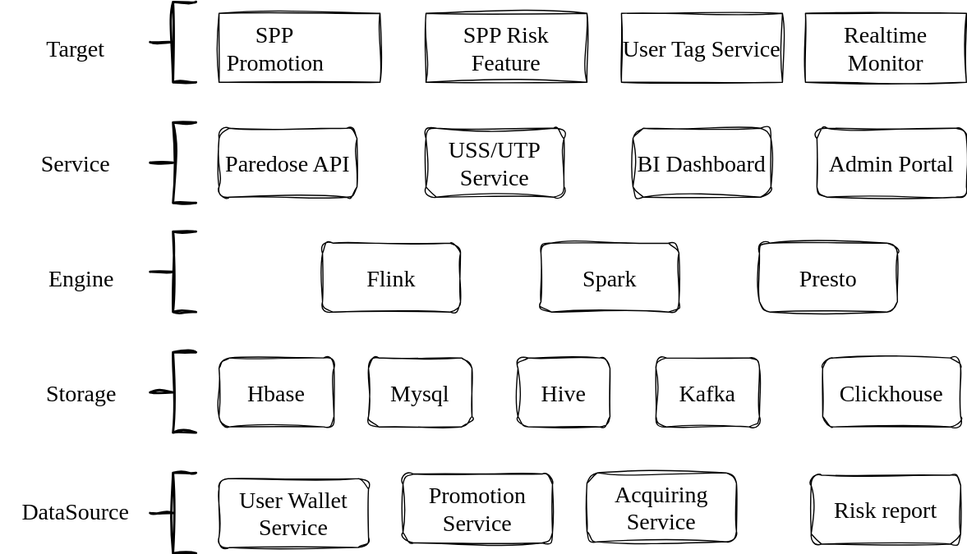
LadyTao/flink-learning keeps this draw.io diagram as 答辩准备1.drawio.svg. Above is the earlier version. Source tidied: cells renumbered, new cells last; positions are measured from the earlier drawing's top-left corner, leaving out a move shared by most shapes. The source it was exported from:
```xml
<mxGraphModel>
  <root>
    <mxCell id="0" />
    <mxCell id="1" parent="0" />
    <mxCell id="2" style="group;" parent="1" vertex="1">
      <mxGeometry x="190" y="10" width="650" height="60" as="geometry" />
    </mxCell>
    <mxCell id="3" value="&lt;div style=&quot;&quot;&gt;&lt;span style=&quot;background-color: initial;&quot;&gt;&amp;nbsp; &amp;nbsp; &amp;nbsp; SPP&amp;nbsp; &amp;nbsp; &amp;nbsp; &amp;nbsp; &amp;nbsp;Promotion&lt;/span&gt;&lt;/div&gt;" style="rounded=0;whiteSpace=wrap;html=1;sketch=1;hachureGap=4;jiggle=2;curveFitting=1;fontFamily=Architects Daughter;fontSource=https%3A%2F%2Ffonts.googleapis.com%2Fcss%3Ffamily%3DArchitects%2BDaughter;fontSize=20;align=left;labelBackgroundColor=none;" parent="2" vertex="1">
      <mxGeometry width="140" height="60" as="geometry" />
    </mxCell>
    <mxCell id="4" value="SPP Risk Feature" style="rounded=0;whiteSpace=wrap;html=1;sketch=1;hachureGap=4;jiggle=2;curveFitting=1;fontFamily=Architects Daughter;fontSource=https%3A%2F%2Ffonts.googleapis.com%2Fcss%3Ffamily%3DArchitects%2BDaughter;fontSize=20;labelBackgroundColor=none;" parent="2" vertex="1">
      <mxGeometry x="180" width="140" height="60" as="geometry" />
    </mxCell>
    <mxCell id="5" value="User Tag Service" style="rounded=0;whiteSpace=wrap;html=1;sketch=1;hachureGap=4;jiggle=2;curveFitting=1;fontFamily=Architects Daughter;fontSource=https%3A%2F%2Ffonts.googleapis.com%2Fcss%3Ffamily%3DArchitects%2BDaughter;fontSize=20;labelBackgroundColor=none;" parent="2" vertex="1">
      <mxGeometry x="350" width="140" height="60" as="geometry" />
    </mxCell>
    <mxCell id="6" value="Realtime Monitor" style="rounded=0;whiteSpace=wrap;html=1;sketch=1;hachureGap=4;jiggle=2;curveFitting=1;fontFamily=Architects Daughter;fontSource=https%3A%2F%2Ffonts.googleapis.com%2Fcss%3Ffamily%3DArchitects%2BDaughter;fontSize=20;labelBackgroundColor=none;" parent="2" vertex="1">
      <mxGeometry x="510" width="140" height="60" as="geometry" />
    </mxCell>
    <mxCell id="7" style="group;" parent="1" vertex="1">
      <mxGeometry x="190" y="110" width="650" height="60" as="geometry" />
    </mxCell>
    <mxCell id="8" value="Paredose API" style="rounded=1;whiteSpace=wrap;html=1;sketch=1;hachureGap=4;jiggle=2;curveFitting=1;fontFamily=Architects Daughter;fontSource=https%3A%2F%2Ffonts.googleapis.com%2Fcss%3Ffamily%3DArchitects%2BDaughter;fontSize=20;" parent="7" vertex="1">
      <mxGeometry width="120" height="60" as="geometry" />
    </mxCell>
    <mxCell id="9" value="USS/UTP Service" style="rounded=1;whiteSpace=wrap;html=1;sketch=1;hachureGap=4;jiggle=2;curveFitting=1;fontFamily=Architects Daughter;fontSource=https%3A%2F%2Ffonts.googleapis.com%2Fcss%3Ffamily%3DArchitects%2BDaughter;fontSize=20;" parent="7" vertex="1">
      <mxGeometry x="180" width="120" height="60" as="geometry" />
    </mxCell>
    <mxCell id="10" value="BI Dashboard" style="rounded=1;whiteSpace=wrap;html=1;sketch=1;hachureGap=4;jiggle=2;curveFitting=1;fontFamily=Architects Daughter;fontSource=https%3A%2F%2Ffonts.googleapis.com%2Fcss%3Ffamily%3DArchitects%2BDaughter;fontSize=20;" parent="7" vertex="1">
      <mxGeometry x="360" width="120" height="60" as="geometry" />
    </mxCell>
    <mxCell id="11" value="Admin Portal" style="rounded=1;whiteSpace=wrap;html=1;sketch=1;hachureGap=4;jiggle=2;curveFitting=1;fontFamily=Architects Daughter;fontSource=https%3A%2F%2Ffonts.googleapis.com%2Fcss%3Ffamily%3DArchitects%2BDaughter;fontSize=20;" parent="7" vertex="1">
      <mxGeometry x="520" width="130" height="60" as="geometry" />
    </mxCell>
    <mxCell id="12" style="group;" parent="1" vertex="1">
      <mxGeometry x="280" y="210" width="500" height="60" as="geometry" />
    </mxCell>
    <mxCell id="13" value="Flink" style="rounded=1;whiteSpace=wrap;html=1;sketch=1;hachureGap=4;jiggle=2;curveFitting=1;fontFamily=Architects Daughter;fontSource=https%3A%2F%2Ffonts.googleapis.com%2Fcss%3Ffamily%3DArchitects%2BDaughter;fontSize=20;" parent="12" vertex="1">
      <mxGeometry width="120" height="60" as="geometry" />
    </mxCell>
    <mxCell id="14" value="Spark" style="rounded=1;whiteSpace=wrap;html=1;sketch=1;hachureGap=4;jiggle=2;curveFitting=1;fontFamily=Architects Daughter;fontSource=https%3A%2F%2Ffonts.googleapis.com%2Fcss%3Ffamily%3DArchitects%2BDaughter;fontSize=20;" parent="12" vertex="1">
      <mxGeometry x="190" width="120" height="60" as="geometry" />
    </mxCell>
    <mxCell id="15" value="Presto" style="rounded=1;whiteSpace=wrap;html=1;sketch=1;hachureGap=4;jiggle=2;curveFitting=1;fontFamily=Architects Daughter;fontSource=https%3A%2F%2Ffonts.googleapis.com%2Fcss%3Ffamily%3DArchitects%2BDaughter;fontSize=20;" parent="12" vertex="1">
      <mxGeometry x="380" width="120" height="60" as="geometry" />
    </mxCell>
    <mxCell id="16" style="group;" parent="1" vertex="1">
      <mxGeometry x="190" y="310" width="645" height="60" as="geometry" />
    </mxCell>
    <mxCell id="17" value="Hbase" style="rounded=1;whiteSpace=wrap;html=1;sketch=1;hachureGap=4;jiggle=2;curveFitting=1;fontFamily=Architects Daughter;fontSource=https%3A%2F%2Ffonts.googleapis.com%2Fcss%3Ffamily%3DArchitects%2BDaughter;fontSize=20;" parent="16" vertex="1">
      <mxGeometry width="100" height="60" as="geometry" />
    </mxCell>
    <mxCell id="18" value="Mysql" style="rounded=1;whiteSpace=wrap;html=1;sketch=1;hachureGap=4;jiggle=2;curveFitting=1;fontFamily=Architects Daughter;fontSource=https%3A%2F%2Ffonts.googleapis.com%2Fcss%3Ffamily%3DArchitects%2BDaughter;fontSize=20;" parent="16" vertex="1">
      <mxGeometry x="130" width="90" height="60" as="geometry" />
    </mxCell>
    <mxCell id="19" value="Hive" style="rounded=1;whiteSpace=wrap;html=1;sketch=1;hachureGap=4;jiggle=2;curveFitting=1;fontFamily=Architects Daughter;fontSource=https%3A%2F%2Ffonts.googleapis.com%2Fcss%3Ffamily%3DArchitects%2BDaughter;fontSize=20;" parent="16" vertex="1">
      <mxGeometry x="260" width="80" height="60" as="geometry" />
    </mxCell>
    <mxCell id="20" value="Clickhouse" style="rounded=1;whiteSpace=wrap;html=1;sketch=1;hachureGap=4;jiggle=2;curveFitting=1;fontFamily=Architects Daughter;fontSource=https%3A%2F%2Ffonts.googleapis.com%2Fcss%3Ffamily%3DArchitects%2BDaughter;fontSize=20;" parent="16" vertex="1">
      <mxGeometry x="525" width="120" height="60" as="geometry" />
    </mxCell>
    <mxCell id="21" value="Kafka" style="rounded=1;whiteSpace=wrap;html=1;sketch=1;hachureGap=4;jiggle=2;curveFitting=1;fontFamily=Architects Daughter;fontSource=https%3A%2F%2Ffonts.googleapis.com%2Fcss%3Ffamily%3DArchitects%2BDaughter;fontSize=20;" parent="16" vertex="1">
      <mxGeometry x="380" width="90" height="60" as="geometry" />
    </mxCell>
    <mxCell id="22" style="group;" parent="1" vertex="1">
      <mxGeometry x="190" y="410" width="645" height="65" as="geometry" />
    </mxCell>
    <mxCell id="23" value="User Wallet Service" style="rounded=1;whiteSpace=wrap;html=1;sketch=1;hachureGap=4;jiggle=2;curveFitting=1;fontFamily=Architects Daughter;fontSource=https%3A%2F%2Ffonts.googleapis.com%2Fcss%3Ffamily%3DArchitects%2BDaughter;fontSize=20;" parent="22" vertex="1">
      <mxGeometry y="5" width="130" height="60" as="geometry" />
    </mxCell>
    <mxCell id="24" value="Promotion Service" style="rounded=1;whiteSpace=wrap;html=1;sketch=1;hachureGap=4;jiggle=2;curveFitting=1;fontFamily=Architects Daughter;fontSource=https%3A%2F%2Ffonts.googleapis.com%2Fcss%3Ffamily%3DArchitects%2BDaughter;fontSize=20;" parent="22" vertex="1">
      <mxGeometry x="160" y="1" width="130" height="60" as="geometry" />
    </mxCell>
    <mxCell id="25" value="Acquiring Service" style="rounded=1;whiteSpace=wrap;html=1;sketch=1;hachureGap=4;jiggle=2;curveFitting=1;fontFamily=Architects Daughter;fontSource=https%3A%2F%2Ffonts.googleapis.com%2Fcss%3Ffamily%3DArchitects%2BDaughter;fontSize=20;" parent="22" vertex="1">
      <mxGeometry x="320" width="130" height="60" as="geometry" />
    </mxCell>
    <mxCell id="26" value="Risk report" style="rounded=1;whiteSpace=wrap;html=1;sketch=1;hachureGap=4;jiggle=2;curveFitting=1;fontFamily=Architects Daughter;fontSource=https%3A%2F%2Ffonts.googleapis.com%2Fcss%3Ffamily%3DArchitects%2BDaughter;fontSize=20;" parent="22" vertex="1">
      <mxGeometry x="515" y="2" width="130" height="60" as="geometry" />
    </mxCell>
    <mxCell id="27" style="strokeWidth=2;html=1;shape=mxgraph.flowchart.annotation_2;align=left;labelPosition=right;sketch=1;hachureGap=4;jiggle=2;curveFitting=1;fontFamily=Architects Daughter;fontSource=https%3A%2F%2Ffonts.googleapis.com%2Fcss%3Ffamily%3DArchitects%2BDaughter;fontSize=20;" parent="1" vertex="1">
      <mxGeometry x="130" width="40" height="70" as="geometry" />
    </mxCell>
    <mxCell id="28" style="strokeWidth=2;html=1;shape=mxgraph.flowchart.annotation_2;align=left;labelPosition=right;sketch=1;hachureGap=4;jiggle=2;curveFitting=1;fontFamily=Architects Daughter;fontSource=https%3A%2F%2Ffonts.googleapis.com%2Fcss%3Ffamily%3DArchitects%2BDaughter;fontSize=20;" parent="1" vertex="1">
      <mxGeometry x="130" y="105" width="40" height="70" as="geometry" />
    </mxCell>
    <mxCell id="29" style="strokeWidth=2;html=1;shape=mxgraph.flowchart.annotation_2;align=left;labelPosition=right;sketch=1;hachureGap=4;jiggle=2;curveFitting=1;fontFamily=Architects Daughter;fontSource=https%3A%2F%2Ffonts.googleapis.com%2Fcss%3Ffamily%3DArchitects%2BDaughter;fontSize=20;" parent="1" vertex="1">
      <mxGeometry x="130" y="200" width="40" height="70" as="geometry" />
    </mxCell>
    <mxCell id="30" style="strokeWidth=2;html=1;shape=mxgraph.flowchart.annotation_2;align=left;labelPosition=right;sketch=1;hachureGap=4;jiggle=2;curveFitting=1;fontFamily=Architects Daughter;fontSource=https%3A%2F%2Ffonts.googleapis.com%2Fcss%3Ffamily%3DArchitects%2BDaughter;fontSize=20;" parent="1" vertex="1">
      <mxGeometry x="130" y="305" width="40" height="70" as="geometry" />
    </mxCell>
    <mxCell id="31" style="strokeWidth=2;html=1;shape=mxgraph.flowchart.annotation_2;align=left;labelPosition=right;sketch=1;hachureGap=4;jiggle=2;curveFitting=1;fontFamily=Architects Daughter;fontSource=https%3A%2F%2Ffonts.googleapis.com%2Fcss%3Ffamily%3DArchitects%2BDaughter;fontSize=20;" parent="1" vertex="1">
      <mxGeometry x="130" y="410" width="40" height="70" as="geometry" />
    </mxCell>
    <mxCell id="32" value="Storage" style="text;html=1;align=center;verticalAlign=middle;strokeColor=none;fillColor=none;fontSize=20;fontFamily=Architects Daughter;" parent="1" vertex="1">
      <mxGeometry x="20" y="320" width="100" height="40" as="geometry" />
    </mxCell>
    <mxCell id="33" value="DataSource" style="text;html=1;align=center;verticalAlign=middle;strokeColor=none;fillColor=none;fontSize=20;fontFamily=Architects Daughter;" parent="1" vertex="1">
      <mxGeometry y="422.5" width="130" height="40" as="geometry" />
    </mxCell>
    <mxCell id="34" value="Engine" style="text;html=1;align=center;verticalAlign=middle;strokeColor=none;fillColor=none;fontSize=20;fontFamily=Architects Daughter;" parent="1" vertex="1">
      <mxGeometry x="30" y="220" width="80" height="40" as="geometry" />
    </mxCell>
    <mxCell id="35" value="Service" style="text;html=1;align=center;verticalAlign=middle;strokeColor=none;fillColor=none;fontSize=20;fontFamily=Architects Daughter;" parent="1" vertex="1">
      <mxGeometry x="15" y="120" width="100" height="40" as="geometry" />
    </mxCell>
    <mxCell id="36" value="Target" style="text;html=1;align=center;verticalAlign=middle;strokeColor=none;fillColor=none;fontSize=20;fontFamily=Architects Daughter;" parent="1" vertex="1">
      <mxGeometry x="20" y="20" width="90" height="40" as="geometry" />
    </mxCell>
  </root>
</mxGraphModel>
```
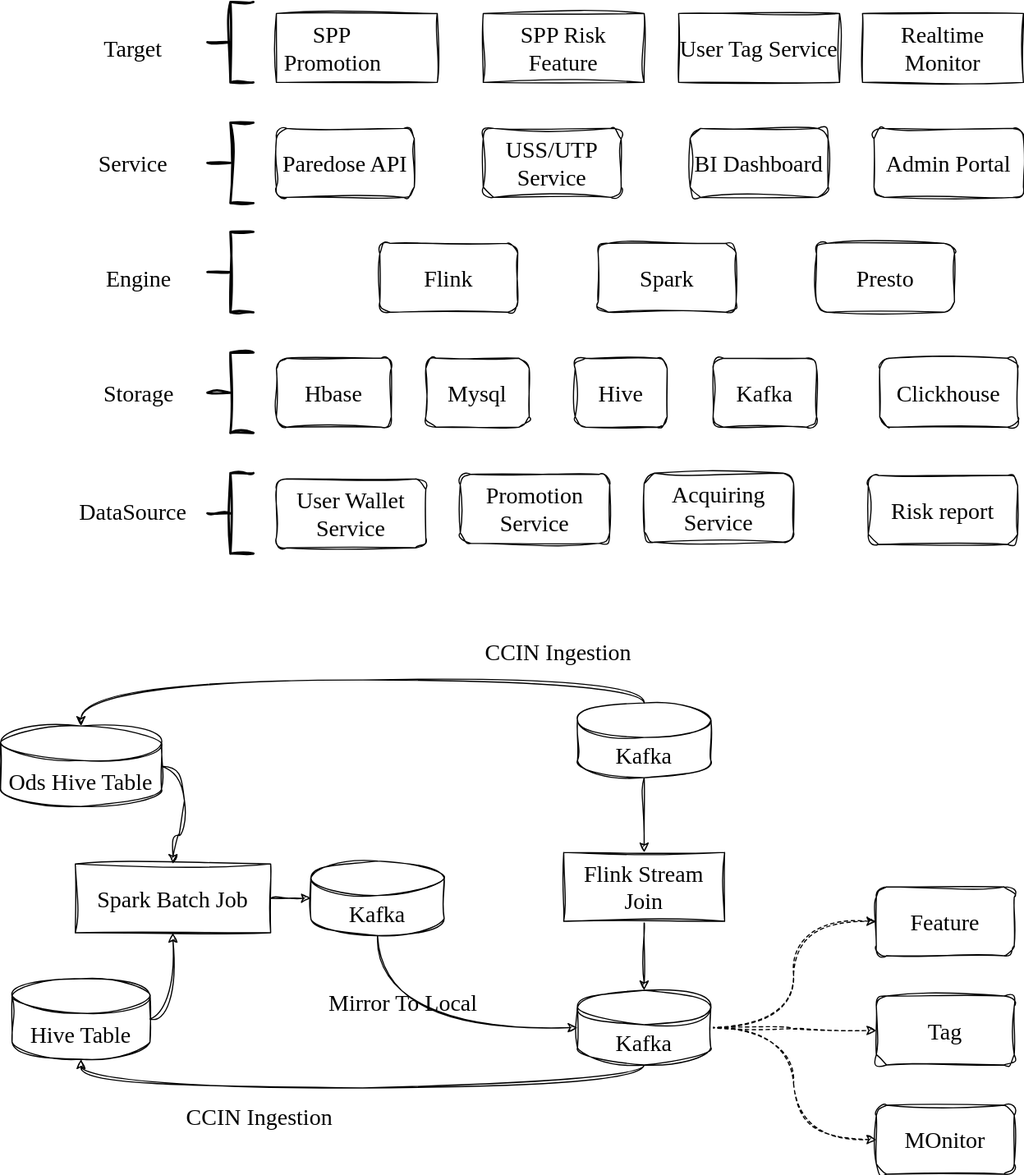
Above is the later version.

Commit message:
更新答辩准备1.drawio.svg

Diff of the diagram source:
```diff
@@ -107,5 +107,77 @@
     <mxCell id="36" value="Target" style="text;html=1;align=center;verticalAlign=middle;strokeColor=none;fillColor=none;fontSize=20;fontFamily=Architects Daughter;" parent="1" vertex="1">
       <mxGeometry x="20" y="20" width="90" height="40" as="geometry" />
     </mxCell>
+    <mxCell id="37" style="edgeStyle=orthogonalEdgeStyle;rounded=0;sketch=1;hachureGap=4;jiggle=2;curveFitting=1;jettySize=auto;html=1;exitX=0.5;exitY=1;exitDx=0;exitDy=0;entryX=0.5;entryY=0;entryDx=0;entryDy=0;entryPerimeter=0;fontFamily=Architects Daughter;fontSource=https%3A%2F%2Ffonts.googleapis.com%2Fcss%3Ffamily%3DArchitects%2BDaughter;fontSize=16;" parent="1" edge="1" source="38" target="46">
+      <mxGeometry relative="1" as="geometry" />
+    </mxCell>
+    <mxCell id="38" value="Flink Stream Join" style="rounded=0;whiteSpace=wrap;html=1;sketch=1;hachureGap=4;jiggle=2;curveFitting=1;fontFamily=Architects Daughter;fontSource=https%3A%2F%2Ffonts.googleapis.com%2Fcss%3Ffamily%3DArchitects%2BDaughter;fontSize=20;" parent="1" vertex="1">
+      <mxGeometry x="440" y="740" width="140" height="60" as="geometry" />
+    </mxCell>
+    <mxCell id="39" style="edgeStyle=orthogonalEdgeStyle;rounded=0;sketch=1;hachureGap=4;jiggle=2;curveFitting=1;jettySize=auto;html=1;exitX=0.5;exitY=1;exitDx=0;exitDy=0;exitPerimeter=0;fontFamily=Architects Daughter;fontSource=https%3A%2F%2Ffonts.googleapis.com%2Fcss%3Ffamily%3DArchitects%2BDaughter;fontSize=16;" parent="1" edge="1" source="41" target="38">
+      <mxGeometry relative="1" as="geometry" />
+    </mxCell>
+    <mxCell id="40" style="edgeStyle=orthogonalEdgeStyle;sketch=1;hachureGap=4;jiggle=2;curveFitting=1;jettySize=auto;html=1;exitX=0.5;exitY=0;exitDx=0;exitDy=0;exitPerimeter=0;entryX=0.5;entryY=0;entryDx=0;entryDy=0;entryPerimeter=0;fontFamily=Architects Daughter;fontSource=https%3A%2F%2Ffonts.googleapis.com%2Fcss%3Ffamily%3DArchitects%2BDaughter;fontSize=16;curved=1;" parent="1" edge="1" source="41" target="54">
+      <mxGeometry relative="1" as="geometry" />
+    </mxCell>
+    <mxCell id="41" value="Kafka" style="shape=cylinder3;whiteSpace=wrap;html=1;boundedLbl=1;backgroundOutline=1;size=15;sketch=1;hachureGap=4;jiggle=2;curveFitting=1;fontFamily=Architects Daughter;fontSource=https%3A%2F%2Ffonts.googleapis.com%2Fcss%3Ffamily%3DArchitects%2BDaughter;fontSize=20;" parent="1" vertex="1">
+      <mxGeometry x="452" y="610" width="116" height="65" as="geometry" />
+    </mxCell>
+    <mxCell id="42" style="edgeStyle=orthogonalEdgeStyle;sketch=1;hachureGap=4;jiggle=2;curveFitting=1;jettySize=auto;html=1;exitX=1;exitY=0.5;exitDx=0;exitDy=0;exitPerimeter=0;entryX=0;entryY=0.5;entryDx=0;entryDy=0;fontFamily=Architects Daughter;fontSource=https%3A%2F%2Ffonts.googleapis.com%2Fcss%3Ffamily%3DArchitects%2BDaughter;fontSize=16;curved=1;dashed=1;" parent="1" edge="1" source="46" target="47">
+      <mxGeometry relative="1" as="geometry" />
+    </mxCell>
+    <mxCell id="43" style="edgeStyle=orthogonalEdgeStyle;sketch=1;hachureGap=4;jiggle=2;curveFitting=1;jettySize=auto;html=1;exitX=1;exitY=0.5;exitDx=0;exitDy=0;exitPerimeter=0;entryX=0;entryY=0.5;entryDx=0;entryDy=0;fontFamily=Architects Daughter;fontSource=https%3A%2F%2Ffonts.googleapis.com%2Fcss%3Ffamily%3DArchitects%2BDaughter;fontSize=16;curved=1;dashed=1;" parent="1" edge="1" source="46" target="48">
+      <mxGeometry relative="1" as="geometry" />
+    </mxCell>
+    <mxCell id="44" style="edgeStyle=orthogonalEdgeStyle;sketch=1;hachureGap=4;jiggle=2;curveFitting=1;jettySize=auto;html=1;exitX=1;exitY=0.5;exitDx=0;exitDy=0;exitPerimeter=0;entryX=0;entryY=0.5;entryDx=0;entryDy=0;fontFamily=Architects Daughter;fontSource=https%3A%2F%2Ffonts.googleapis.com%2Fcss%3Ffamily%3DArchitects%2BDaughter;fontSize=16;curved=1;dashed=1;" parent="1" edge="1" source="46" target="49">
+      <mxGeometry relative="1" as="geometry" />
+    </mxCell>
+    <mxCell id="45" style="edgeStyle=orthogonalEdgeStyle;sketch=1;hachureGap=4;jiggle=2;curveFitting=1;jettySize=auto;html=1;exitX=0.5;exitY=1;exitDx=0;exitDy=0;exitPerimeter=0;entryX=0.5;entryY=1;entryDx=0;entryDy=0;entryPerimeter=0;fontFamily=Architects Daughter;fontSource=https%3A%2F%2Ffonts.googleapis.com%2Fcss%3Ffamily%3DArchitects%2BDaughter;fontSize=16;curved=1;" parent="1" edge="1" source="46" target="51">
+      <mxGeometry relative="1" as="geometry" />
+    </mxCell>
+    <mxCell id="46" value="Kafka" style="shape=cylinder3;whiteSpace=wrap;html=1;boundedLbl=1;backgroundOutline=1;size=15;sketch=1;hachureGap=4;jiggle=2;curveFitting=1;fontFamily=Architects Daughter;fontSource=https%3A%2F%2Ffonts.googleapis.com%2Fcss%3Ffamily%3DArchitects%2BDaughter;fontSize=20;" parent="1" vertex="1">
+      <mxGeometry x="452" y="860" width="116" height="65" as="geometry" />
+    </mxCell>
+    <mxCell id="47" value="Feature" style="rounded=1;whiteSpace=wrap;html=1;sketch=1;hachureGap=4;jiggle=2;curveFitting=1;fontFamily=Architects Daughter;fontSource=https%3A%2F%2Ffonts.googleapis.com%2Fcss%3Ffamily%3DArchitects%2BDaughter;fontSize=20;" parent="1" vertex="1">
+      <mxGeometry x="712" y="770" width="120" height="60" as="geometry" />
+    </mxCell>
+    <mxCell id="48" value="Tag" style="rounded=1;whiteSpace=wrap;html=1;sketch=1;hachureGap=4;jiggle=2;curveFitting=1;fontFamily=Architects Daughter;fontSource=https%3A%2F%2Ffonts.googleapis.com%2Fcss%3Ffamily%3DArchitects%2BDaughter;fontSize=20;" parent="1" vertex="1">
+      <mxGeometry x="712" y="865" width="120" height="60" as="geometry" />
+    </mxCell>
+    <mxCell id="49" value="MOnitor" style="rounded=1;whiteSpace=wrap;html=1;sketch=1;hachureGap=4;jiggle=2;curveFitting=1;fontFamily=Architects Daughter;fontSource=https%3A%2F%2Ffonts.googleapis.com%2Fcss%3Ffamily%3DArchitects%2BDaughter;fontSize=20;" parent="1" vertex="1">
+      <mxGeometry x="712" y="960" width="120" height="60" as="geometry" />
+    </mxCell>
+    <mxCell id="50" style="edgeStyle=orthogonalEdgeStyle;sketch=1;hachureGap=4;jiggle=2;curveFitting=1;jettySize=auto;html=1;exitX=1;exitY=0.5;exitDx=0;exitDy=0;exitPerimeter=0;entryX=0.5;entryY=1;entryDx=0;entryDy=0;fontFamily=Architects Daughter;fontSource=https%3A%2F%2Ffonts.googleapis.com%2Fcss%3Ffamily%3DArchitects%2BDaughter;fontSize=16;curved=1;" parent="1" edge="1" source="51" target="56">
+      <mxGeometry relative="1" as="geometry" />
+    </mxCell>
+    <mxCell id="51" value="Hive Table" style="shape=cylinder3;whiteSpace=wrap;html=1;boundedLbl=1;backgroundOutline=1;size=15;sketch=1;hachureGap=4;jiggle=2;curveFitting=1;fontFamily=Architects Daughter;fontSource=https%3A%2F%2Ffonts.googleapis.com%2Fcss%3Ffamily%3DArchitects%2BDaughter;fontSize=20;" parent="1" vertex="1">
+      <mxGeometry x="-40" y="850" width="120" height="70" as="geometry" />
+    </mxCell>
+    <mxCell id="52" value="CCIN Ingestion" style="text;html=1;align=center;verticalAlign=middle;strokeColor=none;fillColor=none;fontSize=20;fontFamily=Architects Daughter;" parent="1" vertex="1">
+      <mxGeometry x="100" y="950" width="150" height="40" as="geometry" />
+    </mxCell>
+    <mxCell id="53" style="edgeStyle=orthogonalEdgeStyle;sketch=1;hachureGap=4;jiggle=2;curveFitting=1;jettySize=auto;html=1;exitX=1;exitY=0.5;exitDx=0;exitDy=0;exitPerimeter=0;entryX=0.5;entryY=0;entryDx=0;entryDy=0;fontFamily=Architects Daughter;fontSource=https%3A%2F%2Ffonts.googleapis.com%2Fcss%3Ffamily%3DArchitects%2BDaughter;fontSize=16;curved=1;" parent="1" edge="1" source="54" target="56">
+      <mxGeometry relative="1" as="geometry" />
+    </mxCell>
+    <mxCell id="54" value="Ods Hive Table" style="shape=cylinder3;whiteSpace=wrap;html=1;boundedLbl=1;backgroundOutline=1;size=15;sketch=1;hachureGap=4;jiggle=2;curveFitting=1;fontFamily=Architects Daughter;fontSource=https%3A%2F%2Ffonts.googleapis.com%2Fcss%3Ffamily%3DArchitects%2BDaughter;fontSize=20;" parent="1" vertex="1">
+      <mxGeometry x="-50" y="630" width="140" height="70" as="geometry" />
+    </mxCell>
+    <mxCell id="55" style="edgeStyle=orthogonalEdgeStyle;rounded=0;sketch=1;hachureGap=4;jiggle=2;curveFitting=1;jettySize=auto;html=1;exitX=1;exitY=0.5;exitDx=0;exitDy=0;entryX=0;entryY=0.5;entryDx=0;entryDy=0;entryPerimeter=0;fontFamily=Architects Daughter;fontSource=https%3A%2F%2Ffonts.googleapis.com%2Fcss%3Ffamily%3DArchitects%2BDaughter;fontSize=16;" parent="1" edge="1" source="56" target="59">
+      <mxGeometry relative="1" as="geometry" />
+    </mxCell>
+    <mxCell id="56" value="Spark Batch Job" style="rounded=0;whiteSpace=wrap;html=1;sketch=1;hachureGap=4;jiggle=2;curveFitting=1;fontFamily=Architects Daughter;fontSource=https%3A%2F%2Ffonts.googleapis.com%2Fcss%3Ffamily%3DArchitects%2BDaughter;fontSize=20;" parent="1" vertex="1">
+      <mxGeometry x="15" y="750" width="170" height="60" as="geometry" />
+    </mxCell>
+    <mxCell id="57" value="CCIN Ingestion" style="text;html=1;align=center;verticalAlign=middle;strokeColor=none;fillColor=none;fontSize=20;fontFamily=Architects Daughter;" parent="1" vertex="1">
+      <mxGeometry x="360" y="545" width="150" height="40" as="geometry" />
+    </mxCell>
+    <mxCell id="58" style="edgeStyle=orthogonalEdgeStyle;sketch=1;hachureGap=4;jiggle=2;curveFitting=1;jettySize=auto;html=1;exitX=0.5;exitY=1;exitDx=0;exitDy=0;exitPerimeter=0;entryX=0;entryY=0.5;entryDx=0;entryDy=0;entryPerimeter=0;fontFamily=Architects Daughter;fontSource=https%3A%2F%2Ffonts.googleapis.com%2Fcss%3Ffamily%3DArchitects%2BDaughter;fontSize=16;curved=1;" parent="1" edge="1" source="59" target="46">
+      <mxGeometry relative="1" as="geometry" />
+    </mxCell>
+    <mxCell id="59" value="Kafka" style="shape=cylinder3;whiteSpace=wrap;html=1;boundedLbl=1;backgroundOutline=1;size=15;sketch=1;hachureGap=4;jiggle=2;curveFitting=1;fontFamily=Architects Daughter;fontSource=https%3A%2F%2Ffonts.googleapis.com%2Fcss%3Ffamily%3DArchitects%2BDaughter;fontSize=20;" parent="1" vertex="1">
+      <mxGeometry x="220" y="747.5" width="116" height="65" as="geometry" />
+    </mxCell>
+    <mxCell id="60" value="Mirror To Local" style="text;html=1;align=center;verticalAlign=middle;strokeColor=none;fillColor=none;fontSize=20;fontFamily=Architects Daughter;" parent="1" vertex="1">
+      <mxGeometry x="210" y="850" width="180" height="40" as="geometry" />
+    </mxCell>
   </root>
 </mxGraphModel>
```
